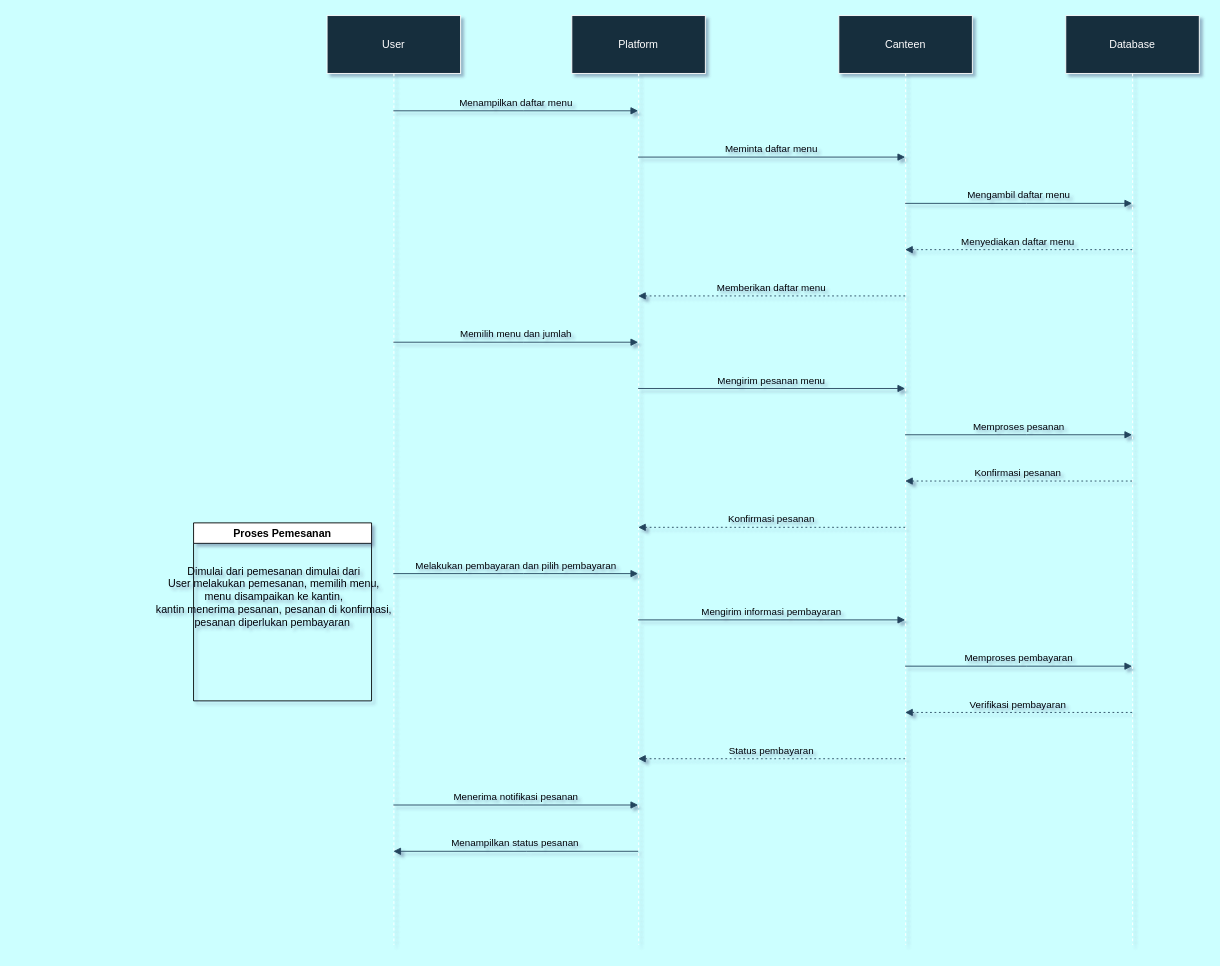
Above: PlatformPesananKantin.drawio in rogerkampret/Kantin-Kampus-Digital (draw.io), before the change. Source tidied: cells renumbered, new cells numbered last; positions are measured from the earlier drawing's top-left corner, leaving out a move shared by most shapes. Both pictures are drawn from the tidied source at 89%, with x=0, y=0 at pixel (144, 15).
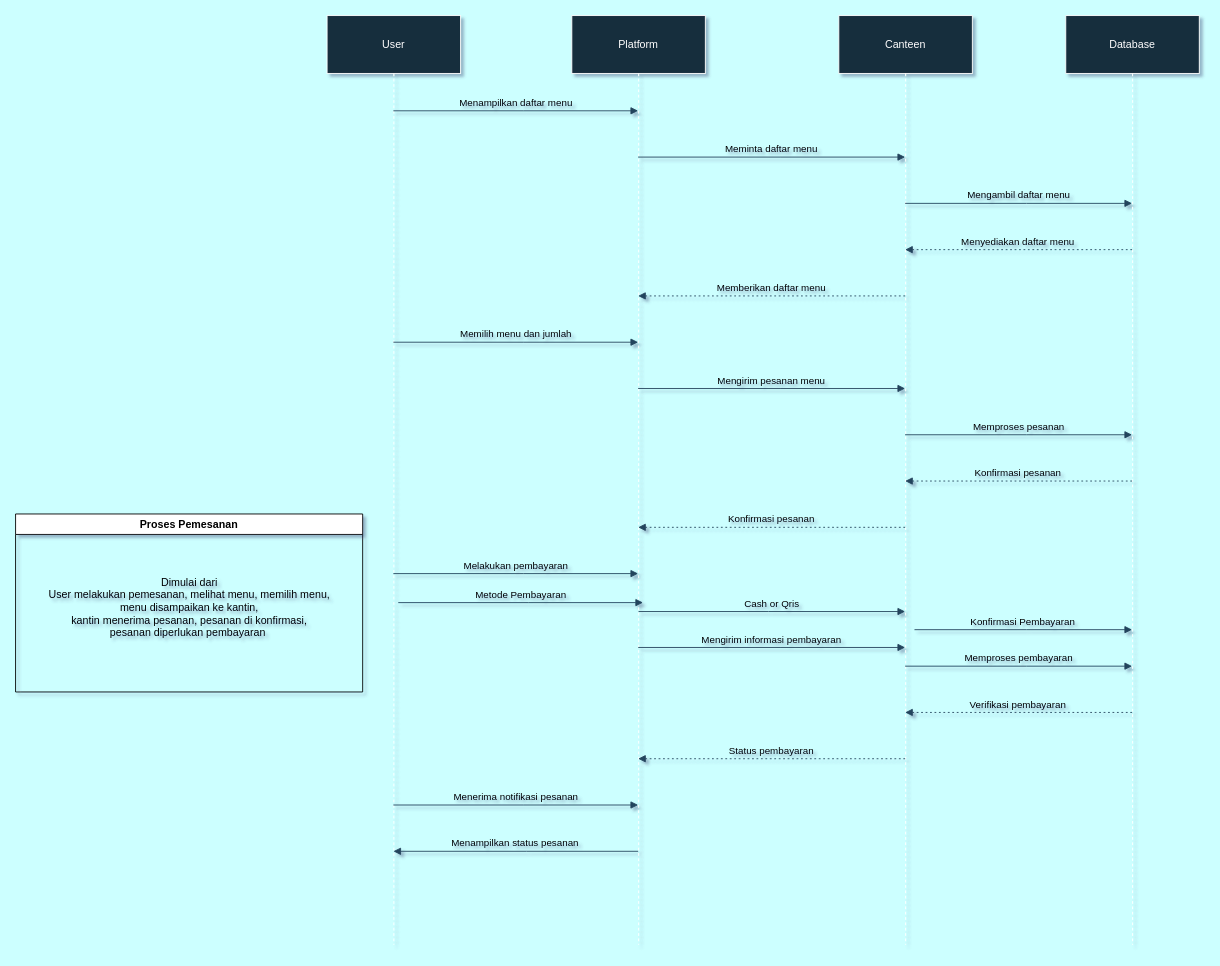
Above is the later version.

The change refers to these unchanged cells:
```xml
<mxCell id="2" value="User" style="shape=umlLifeline;perimeter=lifelinePerimeter;whiteSpace=wrap;outlineConnect=0;portConstraint=eastwest;newEdgeStyle={&quot;edgeStyle&quot;:&quot;elbowEdgeStyle&quot;,&quot;elbow&quot;:&quot;vertical&quot;,&quot;curved&quot;:0,&quot;rounded&quot;:0};size=65;labelBackgroundColor=none;fillColor=#182E3E;strokeColor=#FFFFFF;fontColor=#FFFFFF;rounded=0;" parent="1" vertex="1">
  <mxGeometry x="205" width="150" height="1044" as="geometry" />
</mxCell>
<mxCell id="3" value="Platform" style="shape=umlLifeline;perimeter=lifelinePerimeter;whiteSpace=wrap;outlineConnect=0;portConstraint=eastwest;newEdgeStyle={&quot;edgeStyle&quot;:&quot;elbowEdgeStyle&quot;,&quot;elbow&quot;:&quot;vertical&quot;,&quot;curved&quot;:0,&quot;rounded&quot;:0};size=65;labelBackgroundColor=none;fillColor=#182E3E;strokeColor=#FFFFFF;fontColor=#FFFFFF;rounded=0;" parent="1" vertex="1">
  <mxGeometry x="480" width="150" height="1044" as="geometry" />
</mxCell>
<mxCell id="4" value="Canteen" style="shape=umlLifeline;perimeter=lifelinePerimeter;whiteSpace=wrap;outlineConnect=0;portConstraint=eastwest;newEdgeStyle={&quot;edgeStyle&quot;:&quot;elbowEdgeStyle&quot;,&quot;elbow&quot;:&quot;vertical&quot;,&quot;curved&quot;:0,&quot;rounded&quot;:0};size=65;labelBackgroundColor=none;fillColor=#182E3E;strokeColor=#FFFFFF;fontColor=#FFFFFF;rounded=0;" parent="1" vertex="1">
  <mxGeometry x="780" width="150" height="1044" as="geometry" />
</mxCell>
<mxCell id="5" value="Database" style="shape=umlLifeline;perimeter=lifelinePerimeter;whiteSpace=wrap;outlineConnect=0;portConstraint=eastwest;newEdgeStyle={&quot;edgeStyle&quot;:&quot;elbowEdgeStyle&quot;,&quot;elbow&quot;:&quot;vertical&quot;,&quot;curved&quot;:0,&quot;rounded&quot;:0};size=65;labelBackgroundColor=none;fillColor=#182E3E;strokeColor=#FFFFFF;fontColor=#FFFFFF;rounded=0;" parent="1" vertex="1">
  <mxGeometry x="1035" width="150" height="1044" as="geometry" />
</mxCell>
```

Diff of the diagram source:
```diff
@@
-    <mxCell id="16" value="Melakukan pembayaran dan pilih pembayaran" style="verticalAlign=bottom;edgeStyle=elbowEdgeStyle;elbow=vertical;curved=0;rounded=0;endArrow=block;labelBackgroundColor=none;strokeColor=#23445D;fontColor=default;" parent="1" edge="1" source="2" target="3">
+    <mxCell id="16" value="Melakukan pembayaran" style="verticalAlign=bottom;edgeStyle=elbowEdgeStyle;elbow=vertical;curved=0;rounded=0;endArrow=block;labelBackgroundColor=none;strokeColor=#23445D;fontColor=default;" parent="1" edge="1" source="2" target="3">
       <mxGeometry relative="1" as="geometry">
         <Array as="points">
           <mxPoint x="426" y="627" />
         </Array>
       </mxGeometry>
     </mxCell>
-    <mxCell id="17" value="Mengirim informasi pembayaran" style="verticalAlign=bottom;edgeStyle=elbowEdgeStyle;elbow=vertical;curved=0;rounded=0;endArrow=block;labelBackgroundColor=none;strokeColor=#23445D;fontColor=default;" parent="1" edge="1" source="3" target="4">
+    <mxCell id="17" value="Mengirim informasi pembayaran" style="verticalAlign=bottom;edgeStyle=elbowEdgeStyle;elbow=vertical;curved=0;rounded=0;endArrow=block;labelBackgroundColor=none;strokeColor=#23445D;fontColor=default;" parent="1" edge="1">
       <mxGeometry relative="1" as="geometry">
+        <mxPoint x="554.6" y="710" as="sourcePoint" />
+        <mxPoint x="854.5" y="710" as="targetPoint" />
         <Array as="points">
-          <mxPoint x="714" y="679" />
+          <mxPoint x="714" y="710" />
         </Array>
       </mxGeometry>
     </mxCell>
@@
     <mxCell id="23" value="Proses Pemesanan" style="swimlane;whiteSpace=wrap;html=1;" parent="1" vertex="1">
-      <mxGeometry x="55" y="570" width="200" height="200" as="geometry" />
+      <mxGeometry x="-145" y="560" width="390" height="200" as="geometry" />
     </mxCell>
-    <mxCell id="24" value="Dimulai dari pemesanan dimulai dari&lt;div&gt;User melakukan pemesanan, memilih menu,&lt;/div&gt;&lt;div&gt;menu disampaikan ke kantin,&lt;/div&gt;&lt;div&gt;kantin menerima pesanan, pesanan di konfirmasi,&lt;/div&gt;&lt;div&gt;pesanan diperlukan pembayaran&amp;nbsp;&lt;/div&gt;" style="text;html=1;align=center;verticalAlign=middle;strokeColor=none;fillColor=none;" parent="1" vertex="1">
-      <mxGeometry y="608" width="290" height="90" as="geometry" />
+    <mxCell id="24" value="&lt;div style=&quot;&quot;&gt;&lt;span style=&quot;background-color: initial;&quot;&gt;Dimulai dari&lt;/span&gt;&lt;/div&gt;&lt;div style=&quot;&quot;&gt;User melakukan pemesanan, melihat menu, memilih menu,&lt;/div&gt;&lt;div style=&quot;&quot;&gt;menu disampaikan ke kantin,&lt;/div&gt;&lt;div style=&quot;&quot;&gt;kantin menerima pesanan, pesanan di konfirmasi,&lt;/div&gt;&lt;div style=&quot;&quot;&gt;pesanan diperlukan pembayaran&amp;nbsp;&lt;/div&gt;" style="text;html=1;align=center;verticalAlign=middle;strokeColor=none;fillColor=none;" parent="23" vertex="1">
+      <mxGeometry x="25" y="60" width="340" height="90" as="geometry" />
     </mxCell>
+    <mxCell id="25" value="Metode Pembayaran" style="verticalAlign=bottom;edgeStyle=elbowEdgeStyle;elbow=vertical;curved=0;rounded=0;endArrow=block;labelBackgroundColor=none;strokeColor=#23445D;fontColor=default;" parent="1" edge="1">
+      <mxGeometry relative="1" as="geometry">
+        <mxPoint x="285" y="659.6" as="sourcePoint" />
+        <mxPoint x="560" y="659.6" as="targetPoint" />
+        <Array as="points">
+          <mxPoint x="431" y="659.6" />
+        </Array>
+      </mxGeometry>
+    </mxCell>
+    <mxCell id="26" value="Cash or Qris" style="verticalAlign=bottom;edgeStyle=elbowEdgeStyle;elbow=vertical;curved=0;rounded=0;endArrow=block;labelBackgroundColor=none;strokeColor=#23445D;fontColor=default;" parent="1" edge="1" target="4">
+      <mxGeometry relative="1" as="geometry">
+        <mxPoint x="555" y="669.6" as="sourcePoint" />
+        <Array as="points">
+          <mxPoint x="701" y="669.6" />
+        </Array>
+      </mxGeometry>
+    </mxCell>
+    <mxCell id="27" value="Konfirmasi Pembayaran" style="verticalAlign=bottom;edgeStyle=elbowEdgeStyle;elbow=vertical;curved=0;rounded=0;endArrow=block;labelBackgroundColor=none;strokeColor=#23445D;fontColor=default;" parent="1" edge="1" target="5">
+      <mxGeometry relative="1" as="geometry">
+        <mxPoint x="865" y="690" as="sourcePoint" />
+        <Array as="points">
+          <mxPoint x="991" y="690" />
+        </Array>
+      </mxGeometry>
+    </mxCell>
```
